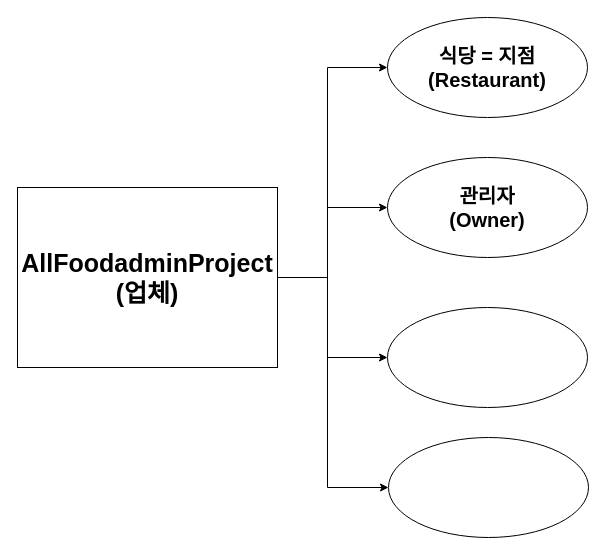
Earlier version of the draw.io diagram Untitled Diagram.drawio (kingdomunder/21-07-17project-mini00). Source tidied: cells renumbered, new cells numbered last; positions are measured from the earlier drawing's top-left corner, leaving out a move shared by most shapes. Both pictures are drawn from the tidied source at 100%, with x=0, y=0 at pixel (17, 17).
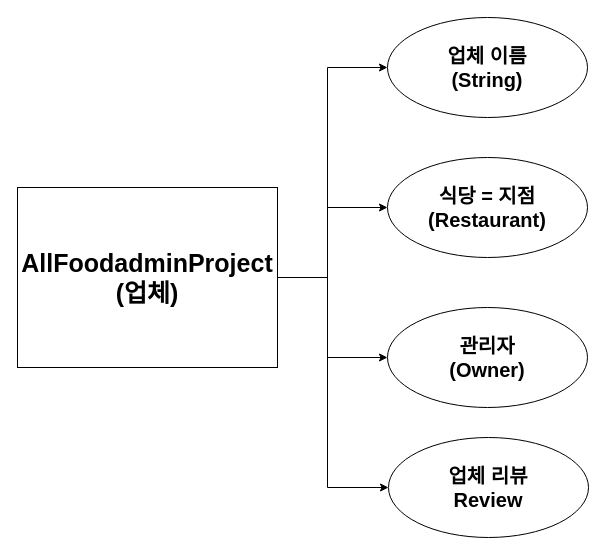
Above is the later version.

Diff of the diagram source:
```diff
@@
 <mxGraphModel>
   <root>
     <mxCell id="0" />
     <mxCell id="1" parent="0" />
     <mxCell id="2" style="edgeStyle=orthogonalEdgeStyle;rounded=0;jettySize=auto;html=1;fontSize=25;" parent="1" edge="1" source="6" target="7">
       <mxGeometry relative="1" as="geometry">
         <Array as="points">
           <mxPoint x="310" y="260" />
           <mxPoint x="310" y="190" />
         </Array>
       </mxGeometry>
     </mxCell>
     <mxCell id="3" style="edgeStyle=orthogonalEdgeStyle;rounded=0;jettySize=auto;html=1;fontSize=25;entryX=0;entryY=0.5;entryDx=0;entryDy=0;" parent="1" edge="1" source="6" target="8">
       <mxGeometry relative="1" as="geometry">
         <Array as="points">
           <mxPoint x="310" y="260" />
           <mxPoint x="310" y="50" />
         </Array>
       </mxGeometry>
     </mxCell>
     <mxCell id="4" style="edgeStyle=orthogonalEdgeStyle;rounded=0;jettySize=auto;html=1;fontSize=25;entryX=0;entryY=0.5;entryDx=0;entryDy=0;" parent="1" edge="1" source="6" target="10">
       <mxGeometry relative="1" as="geometry">
         <Array as="points">
           <mxPoint x="310" y="260" />
           <mxPoint x="310" y="470" />
         </Array>
       </mxGeometry>
     </mxCell>
     <mxCell id="5" style="edgeStyle=orthogonalEdgeStyle;rounded=0;jettySize=auto;html=1;fontSize=25;" parent="1" edge="1" source="6" target="9">
       <mxGeometry relative="1" as="geometry">
         <Array as="points">
           <mxPoint x="310" y="260" />
           <mxPoint x="310" y="340" />
         </Array>
       </mxGeometry>
     </mxCell>
     <mxCell id="6" value="AllFoodadminProject&lt;br style=&quot;font-size: 25px;&quot;&gt;(업체)" style="rounded=0;whiteSpace=wrap;html=1;fontSize=25;fontStyle=1;" parent="1" vertex="1">
       <mxGeometry y="170" width="260" height="180" as="geometry" />
     </mxCell>
-    <mxCell id="7" value="관리자&lt;br&gt;(Owner)" style="ellipse;whiteSpace=wrap;html=1;rounded=0;fontSize=20;fontStyle=1;" parent="1" vertex="1">
+    <mxCell id="7" value="&lt;span&gt;식당 = 지점&lt;/span&gt;&lt;br&gt;&lt;span&gt;(Restaurant)&lt;/span&gt;" style="ellipse;whiteSpace=wrap;html=1;rounded=0;fontSize=20;fontStyle=1;" parent="1" vertex="1">
       <mxGeometry x="370" y="140" width="200" height="100" as="geometry" />
     </mxCell>
-    <mxCell id="8" value="식당 = 지점&lt;br&gt;(Restaurant)" style="ellipse;whiteSpace=wrap;html=1;rounded=0;fontSize=20;fontStyle=1;" parent="1" vertex="1">
+    <mxCell id="8" value="업체 이름&lt;br&gt;(String)" style="ellipse;whiteSpace=wrap;html=1;rounded=0;fontSize=20;fontStyle=1;" parent="1" vertex="1">
       <mxGeometry x="370" width="200" height="100" as="geometry" />
     </mxCell>
-    <mxCell id="9" style="ellipse;whiteSpace=wrap;html=1;rounded=0;fontSize=20;fontStyle=1;" parent="1" vertex="1">
+    <mxCell id="9" value="&lt;span&gt;관리자&lt;/span&gt;&lt;br&gt;&lt;span&gt;(Owner)&lt;/span&gt;" style="ellipse;whiteSpace=wrap;html=1;rounded=0;fontSize=20;fontStyle=1;" parent="1" vertex="1">
       <mxGeometry x="370" y="290" width="200" height="100" as="geometry" />
     </mxCell>
-    <mxCell id="10" style="ellipse;whiteSpace=wrap;html=1;rounded=0;fontSize=20;fontStyle=1;" parent="1" vertex="1">
+    <mxCell id="10" value="업체 리뷰&lt;br&gt;Review" style="ellipse;whiteSpace=wrap;html=1;rounded=0;fontSize=20;fontStyle=1;" parent="1" vertex="1">
       <mxGeometry x="371" y="420" width="200" height="100" as="geometry" />
     </mxCell>
   </root>
 </mxGraphModel>
```
